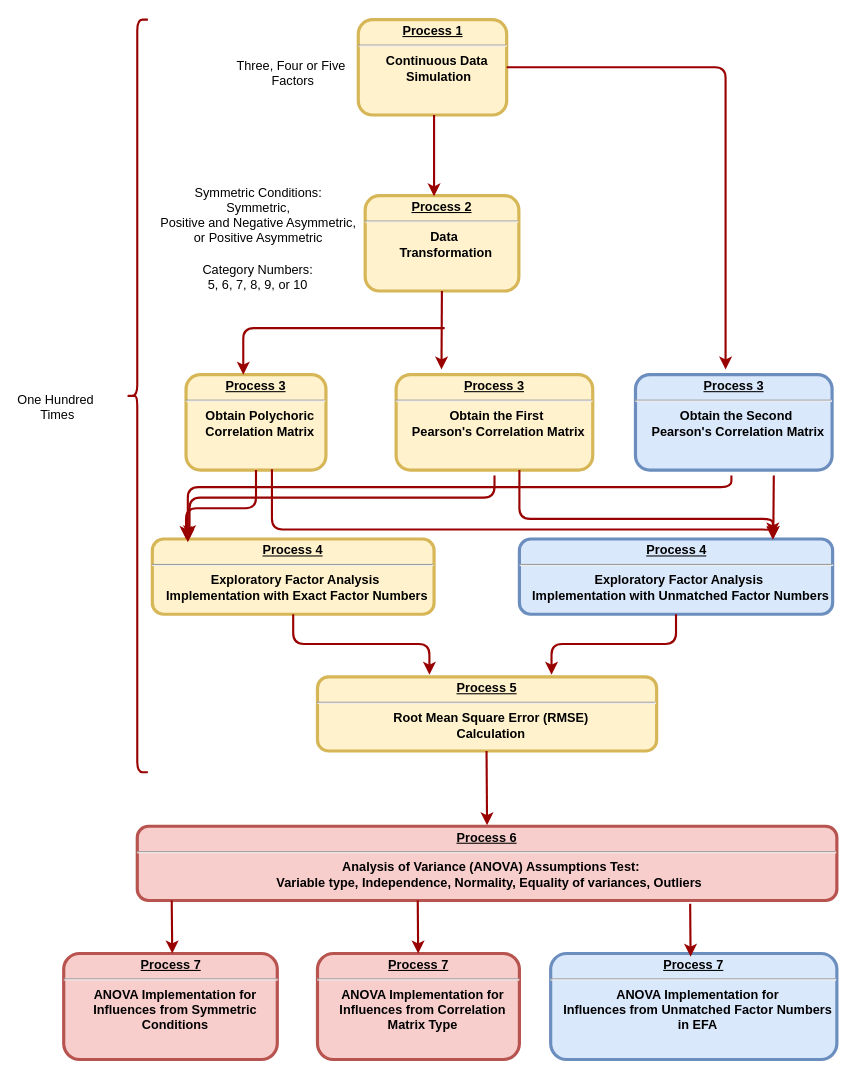
The draw.io diagram 未命名绘图.drawio in yj313155521/Master-Thesis, before the edit. Source tidied: cells renumbered, new cells numbered last; positions are measured from the earlier drawing's top-left corner, leaving out a move shared by most shapes. Both pictures are drawn from the tidied source at 106%, with x=0, y=0 at pixel (41, 19).
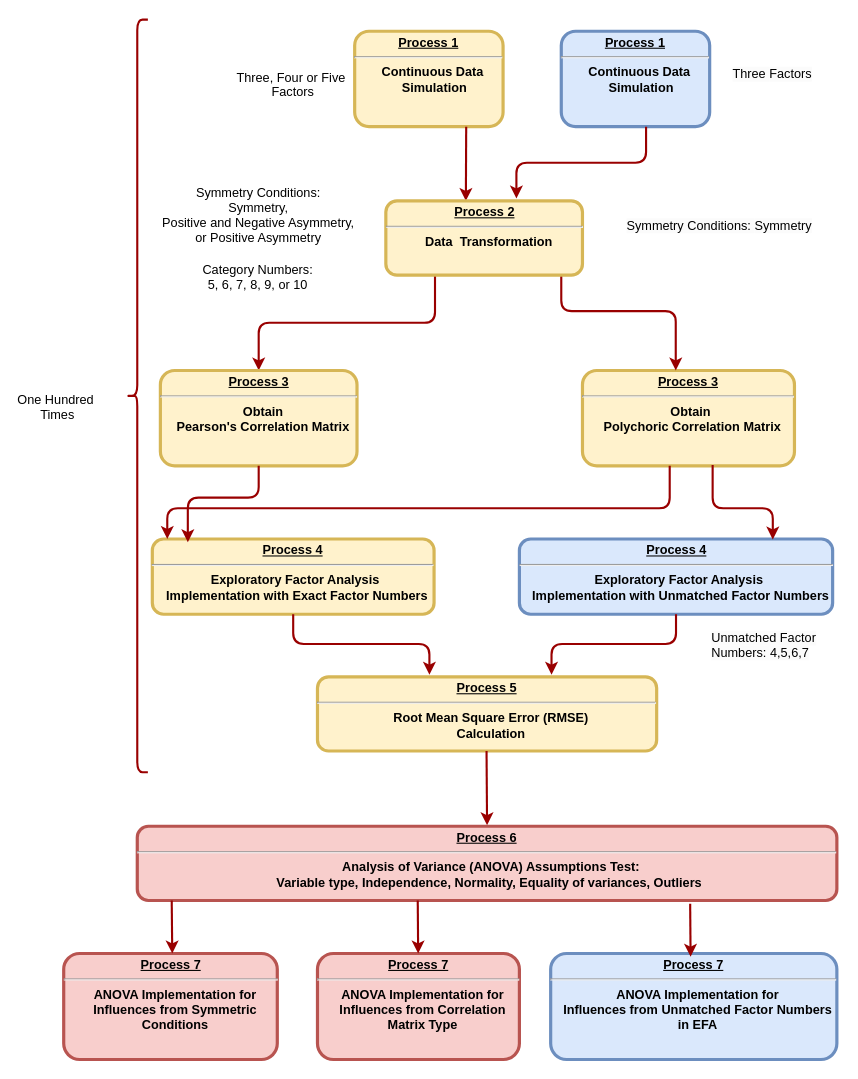
Above is the later version.

Commit message:
更新未命名绘图.drawio

Unchanged cells that the change refers to:
```xml
<mxCell id="15" value="&lt;p style=&quot;margin: 0px; margin-top: 4px; text-align: center; text-decoration: underline;&quot;&gt;&lt;strong&gt;Process 4&lt;br&gt;&lt;/strong&gt;&lt;/p&gt;&lt;hr&gt;&lt;p style=&quot;margin: 0px; margin-left: 8px;&quot;&gt;Exploratory Factor Analysis&amp;nbsp;&lt;/p&gt;&lt;p style=&quot;margin: 0px; margin-left: 8px;&quot;&gt;Implementation with Exact Factor Numbers&lt;/p&gt;" style="verticalAlign=middle;align=center;overflow=fill;fontSize=12;fontFamily=Helvetica;html=1;rounded=1;fontStyle=1;strokeWidth=3;fillColor=#fff2cc;strokeColor=#d6b656;" parent="1" vertex="1">
  <mxGeometry x="104.2" y="490" width="265.8" height="71" as="geometry" />
</mxCell>
<mxCell id="23" value="&lt;p style=&quot;margin: 0px; margin-top: 4px; text-align: center; text-decoration: underline;&quot;&gt;&lt;strong&gt;Process 4&lt;br&gt;&lt;/strong&gt;&lt;/p&gt;&lt;hr&gt;&lt;p style=&quot;margin: 0px; margin-left: 8px;&quot;&gt;Exploratory Factor Analysis&amp;nbsp;&lt;/p&gt;&lt;p style=&quot;margin: 0px; margin-left: 8px;&quot;&gt;Implementation with Unmatched Factor Numbers&lt;/p&gt;" style="verticalAlign=middle;align=center;overflow=fill;fontSize=12;fontFamily=Helvetica;html=1;rounded=1;fontStyle=1;strokeWidth=3;fillColor=#dae8fc;strokeColor=#6c8ebf;" parent="1" vertex="1">
  <mxGeometry x="450.5" y="490" width="295.5" height="71" as="geometry" />
</mxCell>
```

Change to the diagram source:
```diff
@@
     <mxCell id="2" value="&lt;p style=&quot;margin: 0px; margin-top: 4px; text-align: center; text-decoration: underline;&quot;&gt;&lt;strong&gt;Process 1&lt;/strong&gt;&lt;/p&gt;&lt;hr&gt;&lt;p style=&quot;margin: 0px; margin-left: 8px;&quot;&gt;Continuous Data&lt;/p&gt;&lt;p style=&quot;margin: 0px; margin-left: 8px;&quot;&gt;&amp;nbsp;Simulation&lt;/p&gt;" style="verticalAlign=middle;align=center;overflow=fill;fontSize=12;fontFamily=Helvetica;html=1;rounded=1;fontStyle=1;strokeWidth=3;fillColor=#fff2cc;strokeColor=#d6b656;fontColor=default;" parent="1" vertex="1">
-      <mxGeometry x="298.5" width="140" height="90" as="geometry" />
+      <mxGeometry x="295.1" y="11" width="140" height="90" as="geometry" />
     </mxCell>
-    <mxCell id="3" value="&lt;p style=&quot;margin: 0px; margin-top: 4px; text-align: center; text-decoration: underline;&quot;&gt;&lt;strong&gt;Process 2&lt;br&gt;&lt;/strong&gt;&lt;/p&gt;&lt;hr&gt;&lt;p style=&quot;margin: 0px; margin-left: 8px;&quot;&gt;Data&amp;nbsp;&lt;/p&gt;&lt;p style=&quot;margin: 0px; margin-left: 8px;&quot;&gt;Transformation&lt;/p&gt;" style="verticalAlign=middle;align=center;overflow=fill;fontSize=12;fontFamily=Helvetica;html=1;rounded=1;fontStyle=1;strokeWidth=3;fillColor=#fff2cc;strokeColor=#d6b656;" parent="1" vertex="1">
-      <mxGeometry x="305" y="166" width="145" height="90" as="geometry" />
-    </mxCell>
-    <mxCell id="4" value="Symmetric Conditions:&#10;Symmetric,&#10;Positive and Negative Asymmetric,&#10;or Positive Asymmetric" style="text;spacingTop=-5;align=center;" parent="1" vertex="1">
+    <mxCell id="4" value="Symmetry Conditions:&#10;Symmetry,&#10;Positive and Negative Asymmetry,&#10;or Positive Asymmetry" style="text;spacingTop=-5;align=center;" parent="1" vertex="1">
       <mxGeometry x="144.5" y="155.2" width="120" height="39" as="geometry" />
     </mxCell>
     <mxCell id="5" value="Three, Four or Five &#10;Factors" style="text;spacingTop=-5;align=center;" parent="1" vertex="1">
-      <mxGeometry x="222.1" y="35" width="30" height="20" as="geometry" />
+      <mxGeometry x="222.1" y="46" width="30" height="20" as="geometry" />
     </mxCell>
@@
-    <mxCell id="7" style="edgeStyle=elbowEdgeStyle;elbow=horizontal;strokeColor=#990000;strokeWidth=2;entryX=0.445;entryY=0.008;entryDx=0;entryDy=0;entryPerimeter=0;" parent="1" edge="1" target="3">
-      <mxGeometry relative="1" as="geometry">
-        <mxPoint x="370" y="90" as="sourcePoint" />
-        <Array as="points">
-          <mxPoint x="370" y="119" />
-        </Array>
-      </mxGeometry>
-    </mxCell>
@@
-    <mxCell id="9" value="&lt;p style=&quot;margin: 0px; margin-top: 4px; text-align: center; text-decoration: underline;&quot;&gt;&lt;strong&gt;Process 3&lt;br&gt;&lt;/strong&gt;&lt;/p&gt;&lt;hr&gt;&lt;p style=&quot;margin: 0px; margin-left: 8px;&quot;&gt;Obtain Polychoric&lt;/p&gt;&lt;p style=&quot;margin: 0px; margin-left: 8px;&quot;&gt;&lt;span style=&quot;background-color: initial;&quot;&gt;Correlation Matrix&lt;/span&gt;&lt;/p&gt;" style="verticalAlign=middle;align=center;overflow=fill;fontSize=12;fontFamily=Helvetica;html=1;rounded=1;fontStyle=1;strokeWidth=3;fillColor=#fff2cc;strokeColor=#d6b656;" parent="1" vertex="1">
-      <mxGeometry x="136" y="335" width="132" height="90" as="geometry" />
+    <mxCell id="9" value="&lt;p style=&quot;margin: 0px; margin-top: 4px; text-align: center; text-decoration: underline;&quot;&gt;&lt;strong&gt;Process 3&lt;br&gt;&lt;/strong&gt;&lt;/p&gt;&lt;hr&gt;&lt;p style=&quot;margin: 0px; margin-left: 8px;&quot;&gt;Obtain&amp;nbsp;&lt;/p&gt;&lt;p style=&quot;margin: 0px; margin-left: 8px;&quot;&gt;Polychoric&amp;nbsp;&lt;span style=&quot;background-color: initial;&quot;&gt;Correlation Matrix&lt;/span&gt;&lt;/p&gt;" style="verticalAlign=middle;align=center;overflow=fill;fontSize=12;fontFamily=Helvetica;html=1;rounded=1;fontStyle=1;strokeWidth=3;fillColor=#fff2cc;strokeColor=#d6b656;" parent="1" vertex="1">
+      <mxGeometry x="510" y="331" width="200" height="90" as="geometry" />
     </mxCell>
-    <mxCell id="10" style="edgeStyle=elbowEdgeStyle;strokeColor=#990000;strokeWidth=2;" parent="1" edge="1">
-      <mxGeometry relative="1" as="geometry">
-        <mxPoint x="380" y="291" as="sourcePoint" />
-        <mxPoint x="190" y="335" as="targetPoint" />
-        <Array as="points">
-          <mxPoint x="190" y="290" />
-        </Array>
-      </mxGeometry>
+    <mxCell id="10" style="edgeStyle=elbowEdgeStyle;strokeColor=#990000;strokeWidth=2;elbow=vertical;exitX=0.25;exitY=1;exitDx=0;exitDy=0;entryX=0.5;entryY=0;entryDx=0;entryDy=0;" parent="1" edge="1" source="3" target="11">
+      <mxGeometry relative="1" as="geometry" />
     </mxCell>
-    <mxCell id="11" value="&lt;p style=&quot;margin: 0px; margin-top: 4px; text-align: center; text-decoration: underline;&quot;&gt;&lt;strong&gt;Process 3&lt;br&gt;&lt;/strong&gt;&lt;/p&gt;&lt;hr&gt;&lt;p style=&quot;margin: 0px; margin-left: 8px;&quot;&gt;Obtain the First&amp;nbsp;&lt;/p&gt;&lt;p style=&quot;margin: 0px; margin-left: 8px;&quot;&gt;Pearson's Correlation Matrix&lt;/p&gt;" style="verticalAlign=middle;align=center;overflow=fill;fontSize=12;fontFamily=Helvetica;html=1;rounded=1;fontStyle=1;strokeWidth=3;fillColor=#fff2cc;strokeColor=#d6b656;" parent="1" vertex="1">
-      <mxGeometry x="334.2" y="335" width="185.5" height="90" as="geometry" />
+    <mxCell id="11" value="&lt;p style=&quot;margin: 0px; margin-top: 4px; text-align: center; text-decoration: underline;&quot;&gt;&lt;strong&gt;Process 3&lt;br&gt;&lt;/strong&gt;&lt;/p&gt;&lt;hr&gt;&lt;p style=&quot;margin: 0px; margin-left: 8px;&quot;&gt;Obtain&lt;/p&gt;&lt;p style=&quot;margin: 0px; margin-left: 8px;&quot;&gt;Pearson's Correlation Matrix&lt;/p&gt;" style="verticalAlign=middle;align=center;overflow=fill;fontSize=12;fontFamily=Helvetica;html=1;rounded=1;fontStyle=1;strokeWidth=3;fillColor=#fff2cc;strokeColor=#d6b656;" parent="1" vertex="1">
+      <mxGeometry x="111.8" y="331" width="185.5" height="90" as="geometry" />
     </mxCell>
-    <mxCell id="12" style="edgeStyle=elbowEdgeStyle;strokeColor=#990000;strokeWidth=2;exitX=1;exitY=0.5;exitDx=0;exitDy=0;" parent="1" edge="1" source="2">
-      <mxGeometry relative="1" as="geometry">
-        <mxPoint x="645" y="330" as="targetPoint" />
-        <Array as="points">
-          <mxPoint x="645" y="305" />
-        </Array>
-      </mxGeometry>
-    </mxCell>
-    <mxCell id="13" value="&lt;p style=&quot;margin: 0px; margin-top: 4px; text-align: center; text-decoration: underline;&quot;&gt;&lt;strong&gt;Process 3&lt;br&gt;&lt;/strong&gt;&lt;/p&gt;&lt;hr&gt;&lt;p style=&quot;margin: 0px; margin-left: 8px;&quot;&gt;Obtain the Second&amp;nbsp;&lt;/p&gt;&lt;p style=&quot;margin: 0px; margin-left: 8px;&quot;&gt;Pearson's Correlation Matrix&lt;/p&gt;" style="verticalAlign=middle;align=center;overflow=fill;fontSize=12;fontFamily=Helvetica;html=1;rounded=1;fontStyle=1;strokeWidth=3;fillColor=#dae8fc;strokeColor=#6c8ebf;fontColor=default;" parent="1" vertex="1">
-      <mxGeometry x="560" y="335" width="185.5" height="90" as="geometry" />
-    </mxCell>
-    <mxCell id="14" style="edgeStyle=elbowEdgeStyle;elbow=horizontal;strokeColor=#990000;strokeWidth=2;" parent="1" edge="1">
-      <mxGeometry relative="1" as="geometry">
-        <mxPoint x="377.4" y="256" as="sourcePoint" />
-        <mxPoint x="377.4" y="330" as="targetPoint" />
-      </mxGeometry>
-    </mxCell>
@@
-    <mxCell id="17" style="edgeStyle=elbowEdgeStyle;elbow=vertical;strokeColor=#990000;strokeWidth=2;entryX=0.132;entryY=-0.011;entryDx=0;entryDy=0;entryPerimeter=0;" parent="1" edge="1" target="15">
-      <mxGeometry relative="1" as="geometry">
-        <mxPoint x="427" y="430" as="sourcePoint" />
-        <Array as="points">
-          <mxPoint x="290" y="451" />
-          <mxPoint x="220" y="481" />
-        </Array>
-      </mxGeometry>
-    </mxCell>
-    <mxCell id="18" style="edgeStyle=elbowEdgeStyle;elbow=vertical;strokeColor=#990000;strokeWidth=2;entryX=0.126;entryY=0.043;entryDx=0;entryDy=0;entryPerimeter=0;" parent="1" edge="1" target="15">
+    <mxCell id="18" style="edgeStyle=elbowEdgeStyle;elbow=vertical;strokeColor=#990000;strokeWidth=2;entryX=0.126;entryY=0.043;entryDx=0;entryDy=0;entryPerimeter=0;exitX=0.5;exitY=1;exitDx=0;exitDy=0;" parent="1" edge="1" source="11" target="15">
       <mxGeometry relative="1" as="geometry">
-        <mxPoint x="650.5" y="430" as="sourcePoint" />
         <Array as="points">
-          <mxPoint x="390" y="441" />
+          <mxPoint x="150" y="451" />
         </Array>
       </mxGeometry>
     </mxCell>
@@
-    <mxCell id="20" style="edgeStyle=elbowEdgeStyle;elbow=vertical;strokeColor=#990000;strokeWidth=2;entryX=0.134;entryY=-0.061;entryDx=0;entryDy=0;entryPerimeter=0;exitX=0.5;exitY=1;exitDx=0;exitDy=0;" parent="1" edge="1" source="9">
+    <mxCell id="20" style="edgeStyle=elbowEdgeStyle;elbow=vertical;strokeColor=#990000;strokeWidth=2;entryX=0.134;entryY=-0.061;entryDx=0;entryDy=0;entryPerimeter=0;exitX=0.5;exitY=1;exitDx=0;exitDy=0;" parent="1" edge="1">
       <mxGeometry relative="1" as="geometry">
-        <mxPoint x="136" y="490" as="targetPoint" />
+        <mxPoint x="592.3" y="421" as="sourcePoint" />
+        <mxPoint x="118.3" y="490" as="targetPoint" />
         <Array as="points">
-          <mxPoint x="170" y="461" />
+          <mxPoint x="152.2" y="461" />
         </Array>
       </mxGeometry>
     </mxCell>
@@
-    <mxCell id="24" style="edgeStyle=elbowEdgeStyle;strokeColor=#990000;strokeWidth=2;elbow=vertical;entryX=0.809;entryY=-0.046;entryDx=0;entryDy=0;entryPerimeter=0;" parent="1" edge="1" target="23">
-      <mxGeometry relative="1" as="geometry">
-        <mxPoint x="450.5" y="425" as="sourcePoint" />
-        <Array as="points">
-          <mxPoint x="584.6" y="471" />
-        </Array>
-      </mxGeometry>
-    </mxCell>
     <mxCell id="25" style="edgeStyle=elbowEdgeStyle;strokeColor=#990000;strokeWidth=2;elbow=vertical;entryX=0.809;entryY=0.007;entryDx=0;entryDy=0;entryPerimeter=0;exitX=0.614;exitY=0.992;exitDx=0;exitDy=0;exitPerimeter=0;" parent="1" edge="1" source="9" target="23">
       <mxGeometry relative="1" as="geometry">
         <Array as="points">
-          <mxPoint x="594.6" y="481" />
+          <mxPoint x="660" y="461" />
         </Array>
       </mxGeometry>
     </mxCell>
-    <mxCell id="26" style="edgeStyle=elbowEdgeStyle;elbow=horizontal;strokeColor=#990000;strokeWidth=2;" parent="1" edge="1">
-      <mxGeometry relative="1" as="geometry">
-        <mxPoint x="690.5" y="430" as="sourcePoint" />
-        <mxPoint x="690" y="490" as="targetPoint" />
-      </mxGeometry>
-    </mxCell>
@@
+    <mxCell id="35" style="edgeStyle=elbowEdgeStyle;strokeColor=#990000;strokeWidth=2;elbow=vertical;exitX=0.621;exitY=1.015;exitDx=0;exitDy=0;exitPerimeter=0;" parent="1" edge="1">
+      <mxGeometry relative="1" as="geometry">
+        <mxPoint x="490" y="218.8" as="sourcePoint" />
+        <mxPoint x="598" y="331" as="targetPoint" />
+      </mxGeometry>
+    </mxCell>
+    <mxCell id="36" style="edgeStyle=elbowEdgeStyle;elbow=horizontal;strokeColor=#990000;strokeWidth=2;fontStyle=1;" parent="1" edge="1">
+      <mxGeometry relative="1" as="geometry">
+        <mxPoint x="400.3" y="101" as="sourcePoint" />
+        <mxPoint x="400.3" y="171" as="targetPoint" />
+      </mxGeometry>
+    </mxCell>
+    <mxCell id="37" style="edgeStyle=orthogonalEdgeStyle;rounded=0;orthogonalLoop=1;jettySize=auto;html=1;exitX=0.5;exitY=1;exitDx=0;exitDy=0;" parent="1" edge="1">
+      <mxGeometry relative="1" as="geometry">
+        <mxPoint x="447.5" y="221" as="sourcePoint" />
+        <mxPoint x="447.5" y="221" as="targetPoint" />
+      </mxGeometry>
+    </mxCell>
+    <mxCell id="38" value="&lt;span style=&quot;color: rgb(0, 0, 0); font-family: Helvetica; font-size: 12px; font-style: normal; font-variant-ligatures: normal; font-variant-caps: normal; font-weight: 400; letter-spacing: normal; orphans: 2; text-align: center; text-indent: 0px; text-transform: none; widows: 2; word-spacing: 0px; -webkit-text-stroke-width: 0px; white-space: nowrap; background-color: rgb(251, 251, 251); text-decoration-thickness: initial; text-decoration-style: initial; text-decoration-color: initial; display: inline !important; float: none;&quot;&gt;Unmatched Factor&lt;/span&gt;&lt;div&gt;&lt;span style=&quot;color: rgb(0, 0, 0); font-family: Helvetica; font-size: 12px; font-style: normal; font-variant-ligatures: normal; font-variant-caps: normal; font-weight: 400; letter-spacing: normal; orphans: 2; text-align: center; text-indent: 0px; text-transform: none; widows: 2; word-spacing: 0px; -webkit-text-stroke-width: 0px; white-space: nowrap; background-color: rgb(251, 251, 251); text-decoration-thickness: initial; text-decoration-style: initial; text-decoration-color: initial; display: inline !important; float: none;&quot;&gt;Numbers:&amp;nbsp;&lt;/span&gt;&lt;span style=&quot;color: rgb(0, 0, 0); font-family: Helvetica; font-size: 12px; font-style: normal; font-variant-ligatures: normal; font-variant-caps: normal; font-weight: 400; letter-spacing: normal; orphans: 2; text-align: center; text-indent: 0px; text-transform: none; widows: 2; word-spacing: 0px; -webkit-text-stroke-width: 0px; white-space: nowrap; background-color: rgb(251, 251, 251); text-decoration-thickness: initial; text-decoration-style: initial; text-decoration-color: initial; display: inline !important; float: none;&quot;&gt;4,5,6,7&lt;/span&gt;&lt;/div&gt;" style="text;whiteSpace=wrap;html=1;" parent="1" vertex="1">
+      <mxGeometry x="630" y="570" width="110" height="50" as="geometry" />
+    </mxCell>
+    <mxCell id="3" value="&lt;p style=&quot;margin: 0px; margin-top: 4px; text-align: center; text-decoration: underline;&quot;&gt;&lt;strong&gt;Process 2&lt;br&gt;&lt;/strong&gt;&lt;/p&gt;&lt;hr&gt;&lt;p style=&quot;margin: 0px; margin-left: 8px;&quot;&gt;Data&amp;nbsp;&amp;nbsp;&lt;span style=&quot;background-color: initial;&quot;&gt;Transformation&lt;/span&gt;&lt;/p&gt;" style="verticalAlign=middle;align=center;overflow=fill;fontSize=12;fontFamily=Helvetica;html=1;rounded=1;fontStyle=1;strokeWidth=3;fillColor=#fff2cc;strokeColor=#d6b656;" parent="1" vertex="1">
+      <mxGeometry x="324.5" y="171" width="185.5" height="70" as="geometry" />
+    </mxCell>
+    <mxCell id="39" value="&lt;p style=&quot;margin: 0px; margin-top: 4px; text-align: center; text-decoration: underline;&quot;&gt;&lt;strong&gt;Process 1&lt;/strong&gt;&lt;/p&gt;&lt;hr&gt;&lt;p style=&quot;margin: 0px; margin-left: 8px;&quot;&gt;Continuous Data&lt;/p&gt;&lt;p style=&quot;margin: 0px; margin-left: 8px;&quot;&gt;&amp;nbsp;Simulation&lt;/p&gt;" style="verticalAlign=middle;align=center;overflow=fill;fontSize=12;fontFamily=Helvetica;html=1;rounded=1;fontStyle=1;strokeWidth=3;fillColor=#dae8fc;strokeColor=#6c8ebf;" parent="1" vertex="1">
+      <mxGeometry x="490" y="11" width="140" height="90" as="geometry" />
+    </mxCell>
+    <mxCell id="40" value="&lt;span style=&quot;color: rgb(0, 0, 0); font-family: Helvetica; font-size: 12px; font-style: normal; font-variant-ligatures: normal; font-variant-caps: normal; font-weight: 400; letter-spacing: normal; orphans: 2; text-align: center; text-indent: 0px; text-transform: none; widows: 2; word-spacing: 0px; -webkit-text-stroke-width: 0px; white-space: nowrap; background-color: rgb(251, 251, 251); text-decoration-thickness: initial; text-decoration-style: initial; text-decoration-color: initial; display: inline !important; float: none;&quot;&gt;Three&amp;nbsp;&lt;/span&gt;&lt;span style=&quot;color: rgb(0, 0, 0); font-family: Helvetica; font-size: 12px; font-style: normal; font-variant-ligatures: normal; font-variant-caps: normal; font-weight: 400; letter-spacing: normal; orphans: 2; text-align: center; text-indent: 0px; text-transform: none; widows: 2; word-spacing: 0px; -webkit-text-stroke-width: 0px; white-space: nowrap; background-color: rgb(251, 251, 251); text-decoration-thickness: initial; text-decoration-style: initial; text-decoration-color: initial; display: inline !important; float: none;&quot;&gt;Factors&lt;/span&gt;" style="text;whiteSpace=wrap;html=1;" parent="1" vertex="1">
+      <mxGeometry x="650" y="38.1" width="80" height="35.8" as="geometry" />
+    </mxCell>
+    <mxCell id="41" style="edgeStyle=elbowEdgeStyle;elbow=vertical;strokeColor=#990000;strokeWidth=2;fontStyle=1;entryX=0.664;entryY=-0.032;entryDx=0;entryDy=0;entryPerimeter=0;" parent="1" edge="1" target="3">
+      <mxGeometry relative="1" as="geometry">
+        <mxPoint x="570" y="101" as="sourcePoint" />
+      </mxGeometry>
+    </mxCell>
+    <mxCell id="42" value="&lt;span style=&quot;color: rgb(0, 0, 0); font-family: Helvetica; font-size: 12px; font-style: normal; font-variant-ligatures: normal; font-variant-caps: normal; font-weight: 400; letter-spacing: normal; orphans: 2; text-align: center; text-indent: 0px; text-transform: none; widows: 2; word-spacing: 0px; -webkit-text-stroke-width: 0px; white-space: nowrap; background-color: rgb(251, 251, 251); text-decoration-thickness: initial; text-decoration-style: initial; text-decoration-color: initial; display: inline !important; float: none;&quot;&gt;Symmetry Conditions:&amp;nbsp;&lt;/span&gt;&lt;span style=&quot;color: rgb(0, 0, 0); font-family: Helvetica; font-size: 12px; font-style: normal; font-variant-ligatures: normal; font-variant-caps: normal; font-weight: 400; letter-spacing: normal; orphans: 2; text-align: center; text-indent: 0px; text-transform: none; widows: 2; word-spacing: 0px; -webkit-text-stroke-width: 0px; white-space: nowrap; background-color: rgb(251, 251, 251); text-decoration-thickness: initial; text-decoration-style: initial; text-decoration-color: initial; display: inline !important; float: none;&quot;&gt;Symmetry&lt;/span&gt;" style="text;whiteSpace=wrap;html=1;" parent="1" vertex="1">
+      <mxGeometry x="550" y="181" width="150" height="50" as="geometry" />
+    </mxCell>
```
